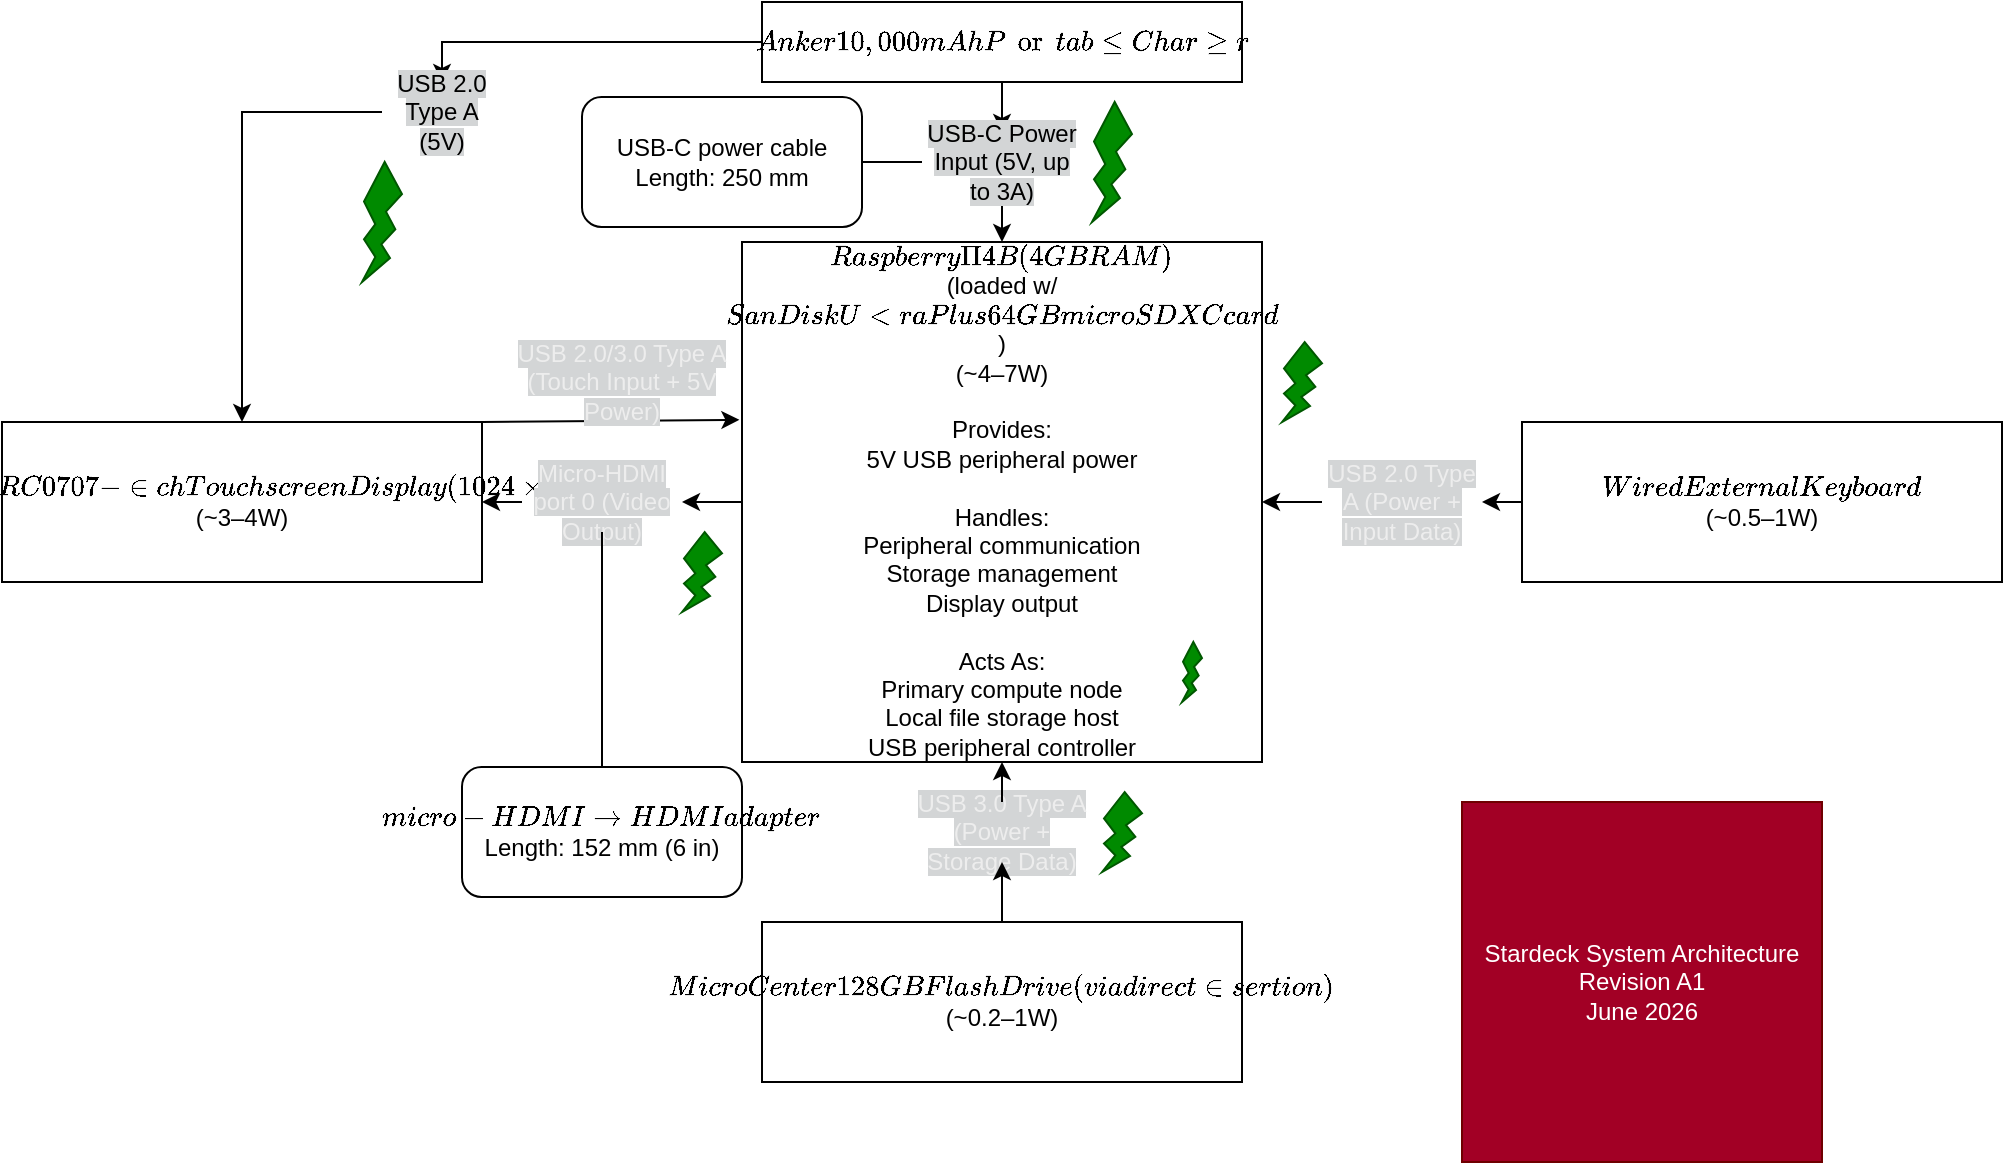
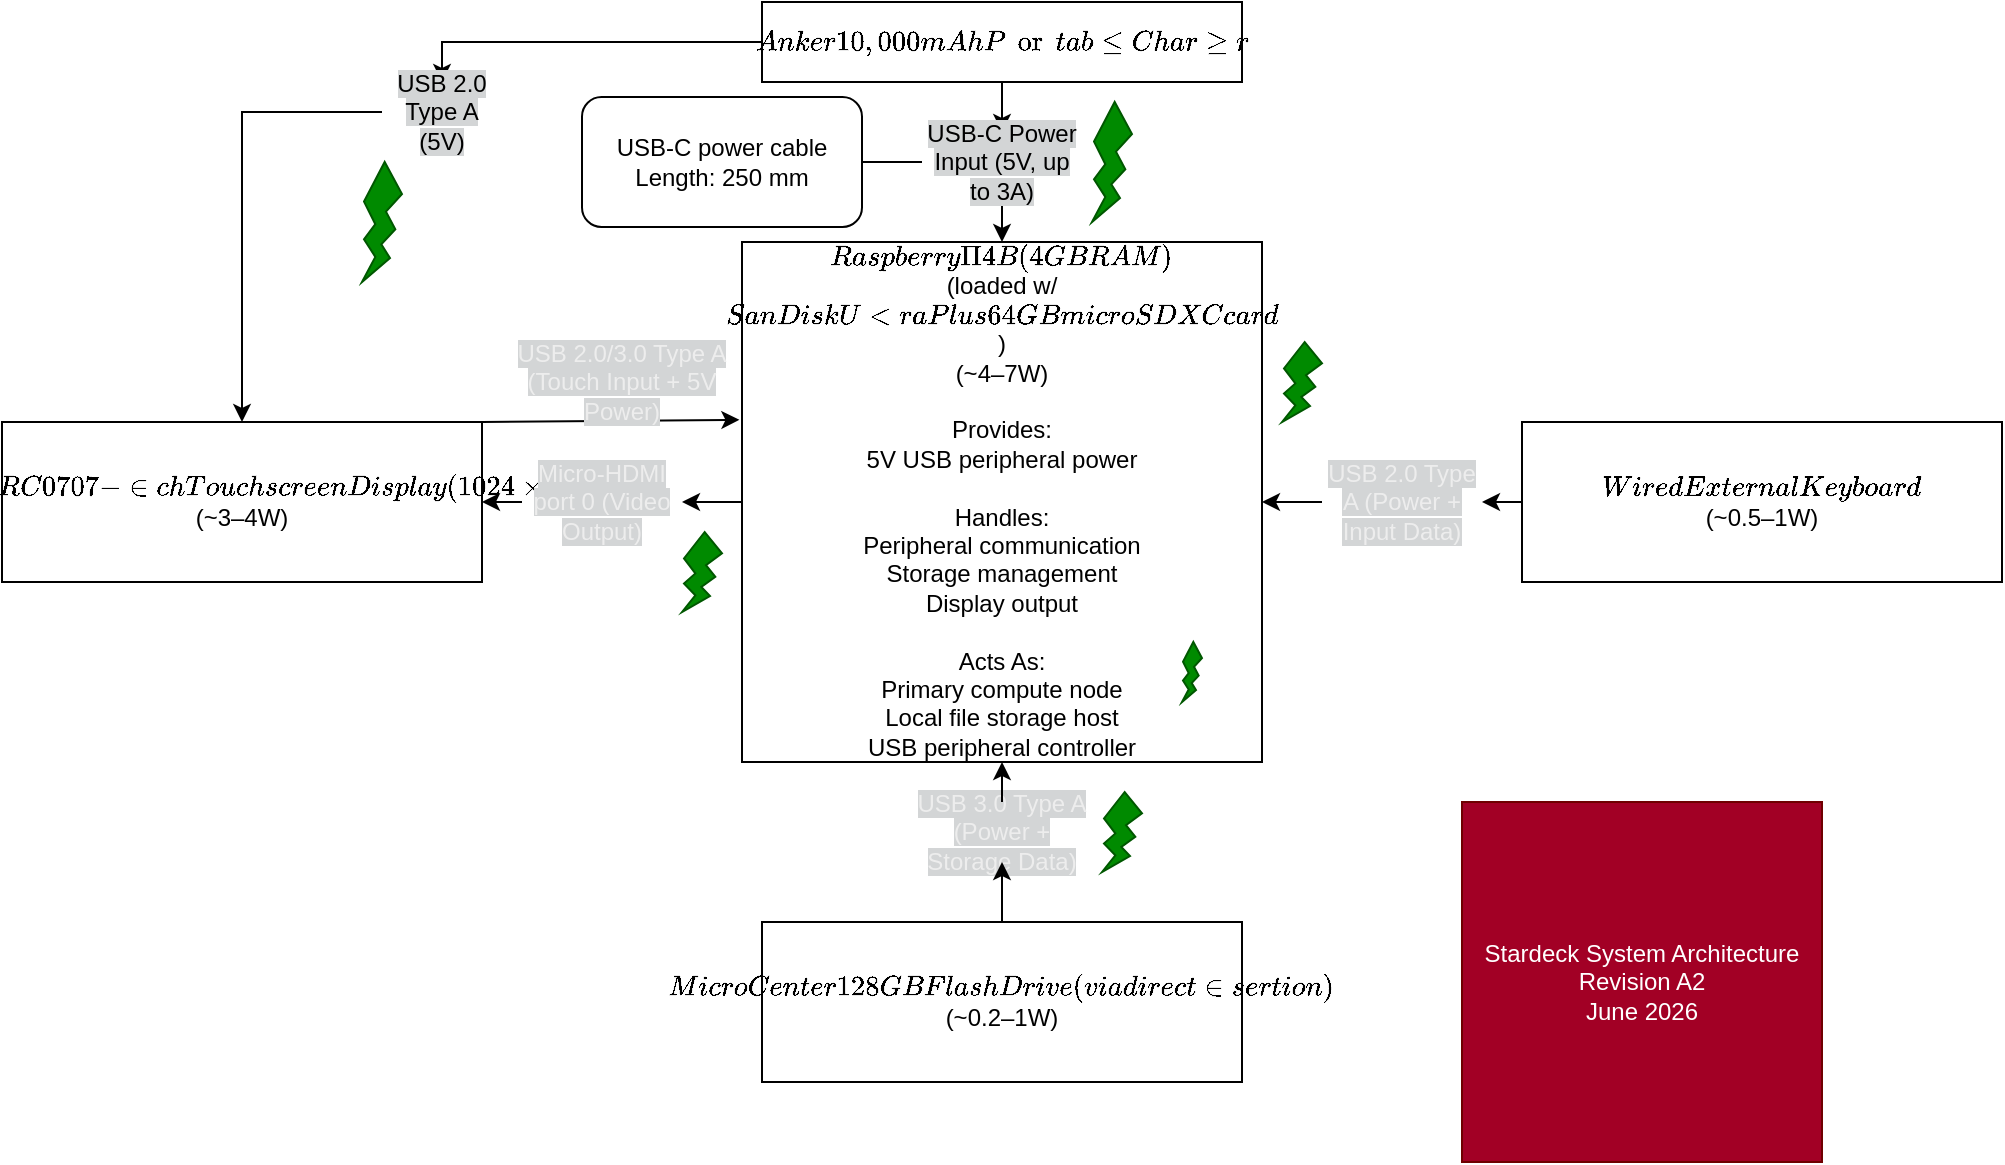
<mxfile host="Electron" pages="2">
  <diagram name="System-Architecture" id="7cRmOTowsvcsTv5ZC2yD">
    <mxGraphModel dx="1645" dy="841" grid="1" gridSize="10" guides="1" tooltips="1" connect="1" arrows="1" fold="1" page="1" pageScale="1" pageWidth="850" pageHeight="1100" math="0" shadow="0">
      <root>
        <mxCell id="0" />
        <mxCell id="1" parent="0" />
        <mxCell id="73W_Eud-84GEGNPDjUOG-38" edge="1" parent="1" source="zQszd6LtX-ENAoV22t-H-9" style="edgeStyle=orthogonalEdgeStyle;rounded=0;orthogonalLoop=1;jettySize=auto;html=1;exitX=0;exitY=0.5;exitDx=0;exitDy=0;entryX=0.5;entryY=0;entryDx=0;entryDy=0;" target="73W_Eud-84GEGNPDjUOG-13">
          <mxGeometry relative="1" as="geometry" />
        </mxCell>
        <mxCell id="73W_Eud-84GEGNPDjUOG-2" parent="1" style="rounded=0;whiteSpace=wrap;html=1;" value="&lt;font style=&quot;color: light-dark(rgb(0, 0, 0), rgb(255, 102, 102));&quot;&gt;`Anker 10,000mAh Portable Charger`&lt;/font&gt;" vertex="1">
          <mxGeometry height="40" width="240" x="530" y="80" as="geometry" />
        </mxCell>
        <mxCell id="73W_Eud-84GEGNPDjUOG-5" parent="1" style="rounded=0;whiteSpace=wrap;html=1;" value="&lt;font style=&quot;color: light-dark(rgb(0, 0, 0), rgb(255, 102, 102));&quot;&gt;`Raspberry Pi 4B (4GB RAM)`&lt;/font&gt;&lt;div&gt;(loaded w/ &lt;font style=&quot;color: light-dark(rgb(0, 0, 0), rgb(255, 102, 102));&quot;&gt;`SanDisk Ultra Plus 64GB microSDXC card`&lt;/font&gt;)&lt;/div&gt;&lt;div&gt;(~4–7W)&lt;/div&gt;&lt;div&gt;&lt;br&gt;&lt;/div&gt;&lt;div&gt;&lt;div&gt;Provides:&lt;/div&gt;&lt;div&gt;5V USB peripheral power&lt;/div&gt;&lt;div&gt;&lt;br&gt;&lt;/div&gt;&lt;div&gt;Handles:&lt;/div&gt;&lt;div&gt;Peripheral communication&lt;/div&gt;&lt;div&gt;Storage management&lt;/div&gt;&lt;div&gt;Display output&lt;/div&gt;&lt;div&gt;&lt;br&gt;&lt;/div&gt;&lt;div&gt;Acts As:&lt;/div&gt;&lt;div&gt;Primary compute node&lt;/div&gt;&lt;div&gt;Local file storage host&lt;/div&gt;&lt;div&gt;USB peripheral controller&lt;/div&gt;&lt;/div&gt;" vertex="1">
          <mxGeometry height="260" width="260" x="520" y="200" as="geometry" />
        </mxCell>
        <mxCell id="73W_Eud-84GEGNPDjUOG-6" parent="1" style="rounded=0;whiteSpace=wrap;html=1;labelBorderColor=none;perimeterSpacing=0;strokeColor=light-dark(#000000,#FFFF00);" value="&lt;font style=&quot;color: light-dark(rgb(0, 0, 0), rgb(255, 102, 102));&quot;&gt;`Wired External Keyboard`&lt;/font&gt;&lt;div&gt;&lt;font style=&quot;color: light-dark(rgb(0, 0, 0), rgb(255, 255, 255));&quot;&gt;(~0.5–1W)&lt;/font&gt;&lt;/div&gt;" vertex="1">
          <mxGeometry height="80" width="240" x="910" y="290" as="geometry" />
        </mxCell>
        <mxCell id="73W_Eud-84GEGNPDjUOG-13" parent="1" style="rounded=0;whiteSpace=wrap;html=1;" value="&lt;span style=&quot;white-space: normal;&quot;&gt;&lt;font style=&quot;color: light-dark(rgb(0, 0, 0), rgb(255, 102, 102));&quot;&gt;`Elecrow RC070 7-inch Touchscreen Display (1024×600)`&lt;/font&gt;&lt;/span&gt;&lt;div&gt;(~3–4W)&lt;span style=&quot;white-space: normal;&quot;&gt;&lt;font style=&quot;color: light-dark(rgb(0, 0, 0), rgb(255, 102, 102));&quot;&gt;&lt;/font&gt;&lt;/span&gt;&lt;/div&gt;" vertex="1">
          <mxGeometry height="80" width="240" x="150" y="290" as="geometry" />
-         </mxCell>
-         <mxCell id="73W_Eud-84GEGNPDjUOG-16" parent="1" style="rounded=1;whiteSpace=wrap;html=1;rotation=0;" value="&lt;div&gt;&lt;font style=&quot;color: light-dark(rgb(0, 0, 0), rgb(255, 102, 102));&quot;&gt;`micro-HDMI -&amp;gt; HDMI adapter`&lt;/font&gt;&lt;/div&gt;&lt;div&gt;Length: 152 mm (6 in)&lt;/div&gt;" vertex="1">
-           <mxGeometry height="65" width="140" x="380" y="462.5" as="geometry" />
        </mxCell>
        <mxCell id="73W_Eud-84GEGNPDjUOG-26" edge="1" parent="1" source="zQszd6LtX-ENAoV22t-H-23" style="endArrow=classic;html=1;rounded=0;entryX=1;entryY=0.5;entryDx=0;entryDy=0;exitX=0;exitY=0.5;exitDx=0;exitDy=0;" target="73W_Eud-84GEGNPDjUOG-13" value="">
          <mxGeometry relative="1" as="geometry">
            <mxPoint x="870" y="460" as="sourcePoint" />
            <mxPoint x="970" y="460" as="targetPoint" />
          </mxGeometry>
        </mxCell>
        <mxCell id="73W_Eud-84GEGNPDjUOG-28" edge="1" parent="1" source="zQszd6LtX-ENAoV22t-H-19" style="endArrow=classic;html=1;rounded=0;entryX=1;entryY=0.5;entryDx=0;entryDy=0;exitX=0;exitY=0.5;exitDx=0;exitDy=0;" target="73W_Eud-84GEGNPDjUOG-5" value="">
          <mxGeometry relative="1" as="geometry">
            <mxPoint x="860" y="420" as="sourcePoint" />
            <mxPoint x="970" y="470" as="targetPoint" />
          </mxGeometry>
        </mxCell>
        <mxCell id="73W_Eud-84GEGNPDjUOG-31" edge="1" parent="1" source="zQszd6LtX-ENAoV22t-H-7" style="endArrow=classic;html=1;rounded=0;exitX=0.5;exitY=1;exitDx=0;exitDy=0;entryX=0.5;entryY=0;entryDx=0;entryDy=0;" target="73W_Eud-84GEGNPDjUOG-5" value="">
          <mxGeometry height="50" relative="1" width="50" as="geometry">
            <mxPoint x="820" y="550" as="sourcePoint" />
            <mxPoint x="870" y="500" as="targetPoint" />
          </mxGeometry>
        </mxCell>
        <mxCell id="73W_Eud-84GEGNPDjUOG-32" parent="1" style="verticalLabelPosition=bottom;verticalAlign=top;html=1;shape=mxgraph.basic.flash;fillColor=#008a00;fontColor=#ffffff;strokeColor=#005700;" value="" vertex="1">
          <mxGeometry height="60" width="20" x="695" y="130" as="geometry" />
        </mxCell>
        <mxCell id="73W_Eud-84GEGNPDjUOG-36" parent="1" style="rounded=0;whiteSpace=wrap;html=1;strokeColor=light-dark(#000000,#FFFF00);" value="&lt;font style=&quot;color: light-dark(rgb(0, 0, 0), rgb(255, 102, 102));&quot;&gt;`MicroCenter 128GB Flash Drive (via direct insertion)`&lt;/font&gt;&lt;div&gt;&lt;font style=&quot;color: light-dark(rgb(0, 0, 0), rgb(255, 255, 255));&quot;&gt;(~0.2–1W)&lt;/font&gt;&lt;/div&gt;" vertex="1">
          <mxGeometry height="80" width="240" x="530" y="540" as="geometry" />
        </mxCell>
        <mxCell id="73W_Eud-84GEGNPDjUOG-39" parent="1" style="verticalLabelPosition=bottom;verticalAlign=top;html=1;shape=mxgraph.basic.flash;fillColor=#008a00;fontColor=#ffffff;strokeColor=#005700;" value="" vertex="1">
          <mxGeometry height="60" width="20" x="330" y="160" as="geometry" />
        </mxCell>
        <mxCell id="zQszd6LtX-ENAoV22t-H-2" parent="1" style="verticalLabelPosition=bottom;verticalAlign=top;html=1;shape=mxgraph.basic.flash;fillColor=#008a00;fontColor=#ffffff;strokeColor=#005700;" value="" vertex="1">
          <mxGeometry height="40" width="20" x="790" y="250" as="geometry" />
        </mxCell>
        <mxCell id="zQszd6LtX-ENAoV22t-H-3" parent="1" style="verticalLabelPosition=bottom;verticalAlign=top;html=1;shape=mxgraph.basic.flash;fillColor=#008a00;fontColor=#ffffff;strokeColor=#005700;" value="" vertex="1">
          <mxGeometry height="30" width="10" x="740" y="400" as="geometry" />
        </mxCell>
        <mxCell id="zQszd6LtX-ENAoV22t-H-8" edge="1" parent="1" source="73W_Eud-84GEGNPDjUOG-2" style="endArrow=classic;html=1;rounded=0;exitX=0.5;exitY=1;exitDx=0;exitDy=0;entryX=0.5;entryY=0;entryDx=0;entryDy=0;" target="zQszd6LtX-ENAoV22t-H-7" value="">
          <mxGeometry height="50" relative="1" width="50" as="geometry">
            <mxPoint x="640" y="120" as="sourcePoint" />
            <mxPoint x="640" y="200" as="targetPoint" />
          </mxGeometry>
        </mxCell>
        <mxCell id="zQszd6LtX-ENAoV22t-H-7" parent="1" style="text;html=1;whiteSpace=wrap;strokeColor=none;fillColor=none;align=center;verticalAlign=middle;rounded=0;fontColor=light-dark(#000000,#FFFFFF);" value="&lt;span style=&quot;background-color: rgb(211, 213, 214);&quot;&gt;USB-C Power Input (5V, up to 3A)&lt;/span&gt;" vertex="1">
          <mxGeometry height="30" width="80" x="610" y="145" as="geometry" />
        </mxCell>
        <mxCell id="zQszd6LtX-ENAoV22t-H-10" edge="1" parent="1" source="73W_Eud-84GEGNPDjUOG-2" style="edgeStyle=orthogonalEdgeStyle;rounded=0;orthogonalLoop=1;jettySize=auto;html=1;exitX=0;exitY=0.5;exitDx=0;exitDy=0;entryX=0.5;entryY=0;entryDx=0;entryDy=0;" target="zQszd6LtX-ENAoV22t-H-9" value="">
          <mxGeometry relative="1" as="geometry">
            <mxPoint x="520" y="100" as="sourcePoint" />
            <mxPoint x="320" y="280" as="targetPoint" />
          </mxGeometry>
        </mxCell>
        <mxCell id="zQszd6LtX-ENAoV22t-H-9" parent="1" style="text;html=1;whiteSpace=wrap;strokeColor=none;fillColor=none;align=center;verticalAlign=middle;rounded=0;fontColor=light-dark(#000000,#FFFFFF);" value="&lt;span style=&quot;background-color: rgb(211, 213, 214);&quot;&gt;USB 2.0 Type A (5V)&lt;/span&gt;" vertex="1">
          <mxGeometry height="30" width="60" x="340" y="120" as="geometry" />
        </mxCell>
        <mxCell id="zQszd6LtX-ENAoV22t-H-12" parent="1" style="text;html=1;whiteSpace=wrap;strokeColor=none;fillColor=none;align=center;verticalAlign=middle;rounded=0;" value="&lt;span style=&quot;background-color: rgb(211, 213, 214);&quot;&gt;&lt;font style=&quot;color: light-dark(rgb(237, 237, 237), rgb(230, 230, 230));&quot;&gt;USB 3.0 Type A (Power + Storage Data)&lt;/font&gt;&lt;/span&gt;" vertex="1">
          <mxGeometry height="30" width="90" x="605" y="480" as="geometry" />
        </mxCell>
        <mxCell id="zQszd6LtX-ENAoV22t-H-14" parent="1" style="verticalLabelPosition=bottom;verticalAlign=top;html=1;shape=mxgraph.basic.flash;fillColor=#008a00;fontColor=#ffffff;strokeColor=#005700;" value="" vertex="1">
          <mxGeometry height="40" width="20" x="700" y="475" as="geometry" />
        </mxCell>
        <mxCell id="zQszd6LtX-ENAoV22t-H-15" parent="1" style="verticalLabelPosition=bottom;verticalAlign=top;html=1;shape=mxgraph.basic.flash;fillColor=#008a00;fontColor=#ffffff;strokeColor=#005700;" value="" vertex="1">
          <mxGeometry height="40" width="20" x="490" y="345" as="geometry" />
        </mxCell>
        <mxCell id="zQszd6LtX-ENAoV22t-H-17" edge="1" parent="1" source="73W_Eud-84GEGNPDjUOG-36" style="endArrow=classic;html=1;rounded=0;exitX=0.5;exitY=0;exitDx=0;exitDy=0;entryX=0.5;entryY=1;entryDx=0;entryDy=0;" target="zQszd6LtX-ENAoV22t-H-12" value="">
          <mxGeometry height="50" relative="1" width="50" as="geometry">
            <mxPoint x="660" y="430" as="sourcePoint" />
            <mxPoint x="710" y="380" as="targetPoint" />
          </mxGeometry>
        </mxCell>
        <mxCell id="zQszd6LtX-ENAoV22t-H-18" edge="1" parent="1" source="zQszd6LtX-ENAoV22t-H-12" style="endArrow=classic;html=1;rounded=0;exitX=0.5;exitY=0;exitDx=0;exitDy=0;entryX=0.5;entryY=1;entryDx=0;entryDy=0;" target="73W_Eud-84GEGNPDjUOG-5" value="">
          <mxGeometry height="50" relative="1" width="50" as="geometry">
            <mxPoint x="660" y="430" as="sourcePoint" />
            <mxPoint x="710" y="380" as="targetPoint" />
          </mxGeometry>
        </mxCell>
        <mxCell id="zQszd6LtX-ENAoV22t-H-19" parent="1" style="text;html=1;whiteSpace=wrap;strokeColor=none;fillColor=none;align=center;verticalAlign=middle;rounded=0;" value="&lt;span style=&quot;background-color: rgb(211, 213, 214);&quot;&gt;&lt;font style=&quot;color: light-dark(rgb(237, 237, 237), rgb(230, 230, 230));&quot;&gt;USB 2.0 Type A (Power + Input Data)&lt;/font&gt;&lt;/span&gt;" vertex="1">
          <mxGeometry height="30" width="80" x="810" y="315" as="geometry" />
        </mxCell>
        <mxCell id="zQszd6LtX-ENAoV22t-H-22" edge="1" parent="1" source="73W_Eud-84GEGNPDjUOG-6" style="endArrow=classic;html=1;rounded=0;entryX=1;entryY=0.5;entryDx=0;entryDy=0;exitX=0;exitY=0.5;exitDx=0;exitDy=0;" target="zQszd6LtX-ENAoV22t-H-19" value="">
          <mxGeometry height="50" relative="1" width="50" as="geometry">
            <mxPoint x="880" y="360" as="sourcePoint" />
            <mxPoint x="710" y="250" as="targetPoint" />
          </mxGeometry>
        </mxCell>
        <mxCell id="zQszd6LtX-ENAoV22t-H-24" edge="1" parent="1" source="73W_Eud-84GEGNPDjUOG-13" style="endArrow=classic;html=1;rounded=0;exitX=1;exitY=0;exitDx=0;exitDy=0;entryX=-0.005;entryY=0.342;entryDx=0;entryDy=0;entryPerimeter=0;" target="73W_Eud-84GEGNPDjUOG-5" value="">
          <mxGeometry height="50" relative="1" width="50" as="geometry">
            <mxPoint x="650" y="360" as="sourcePoint" />
            <mxPoint x="700" y="310" as="targetPoint" />
          </mxGeometry>
        </mxCell>
        <mxCell id="zQszd6LtX-ENAoV22t-H-27" edge="1" parent="1" style="edgeStyle=orthogonalEdgeStyle;rounded=0;orthogonalLoop=1;jettySize=auto;html=1;exitX=0.5;exitY=1;exitDx=0;exitDy=0;">
          <mxGeometry relative="1" as="geometry">
            <mxPoint x="440" y="230" as="sourcePoint" />
            <mxPoint x="440" y="230" as="targetPoint" />
          </mxGeometry>
        </mxCell>
        <mxCell id="zQszd6LtX-ENAoV22t-H-29" parent="1" style="text;html=1;whiteSpace=wrap;strokeColor=none;fillColor=none;align=center;verticalAlign=middle;rounded=0;" value="&lt;span style=&quot;background-color: rgb(211, 213, 214);&quot;&gt;&lt;font style=&quot;color: light-dark(rgb(237, 237, 237), rgb(230, 230, 230));&quot;&gt;USB 2.0/3.0 Type A (Touch Input + 5V Power)&lt;/font&gt;&lt;/span&gt;" vertex="1">
          <mxGeometry height="30" width="120" x="400" y="255" as="geometry" />
        </mxCell>
        <mxCell id="zQszd6LtX-ENAoV22t-H-33" edge="1" parent="1" source="73W_Eud-84GEGNPDjUOG-5" style="endArrow=classic;html=1;rounded=0;entryX=1;entryY=0.5;entryDx=0;entryDy=0;exitX=0;exitY=0.5;exitDx=0;exitDy=0;" target="zQszd6LtX-ENAoV22t-H-23" value="">
          <mxGeometry relative="1" as="geometry">
            <mxPoint x="520" y="330" as="sourcePoint" />
            <mxPoint x="390" y="330" as="targetPoint" />
          </mxGeometry>
        </mxCell>
        <mxCell id="zQszd6LtX-ENAoV22t-H-23" parent="1" style="text;html=1;whiteSpace=wrap;strokeColor=none;fillColor=none;align=center;verticalAlign=middle;rounded=0;" value="&lt;span style=&quot;background-color: rgb(211, 213, 214);&quot;&gt;&lt;font style=&quot;color: light-dark(rgb(237, 237, 237), rgb(230, 230, 230));&quot;&gt;Micro-HDMI port 0 (Video Output)&lt;/font&gt;&lt;/span&gt;" vertex="1">
          <mxGeometry height="30" width="80" x="410" y="315" as="geometry" />
        </mxCell>
        <mxCell id="zQszd6LtX-ENAoV22t-H-34" parent="1" style="rounded=1;whiteSpace=wrap;html=1;rotation=0;" value="&lt;div&gt;USB-C power cable&lt;/div&gt;&lt;div&gt;Length: 250 mm&lt;/div&gt;" vertex="1">
          <mxGeometry height="65" width="140" x="440" y="127.5" as="geometry" />
        </mxCell>
-         <mxCell id="zQszd6LtX-ENAoV22t-H-35" edge="1" parent="1" source="73W_Eud-84GEGNPDjUOG-16" style="endArrow=none;html=1;rounded=0;entryX=0.5;entryY=1;entryDx=0;entryDy=0;exitX=0.5;exitY=0;exitDx=0;exitDy=0;" target="zQszd6LtX-ENAoV22t-H-23" value="">
-           <mxGeometry height="50" relative="1" width="50" as="geometry">
-             <mxPoint x="450" y="470" as="sourcePoint" />
-             <mxPoint x="440" y="390" as="targetPoint" />
-           </mxGeometry>
-         </mxCell>
        <mxCell id="zQszd6LtX-ENAoV22t-H-36" edge="1" parent="1" source="zQszd6LtX-ENAoV22t-H-7" style="endArrow=none;html=1;rounded=0;entryX=1;entryY=0.5;entryDx=0;entryDy=0;exitX=0;exitY=0.5;exitDx=0;exitDy=0;" target="zQszd6LtX-ENAoV22t-H-34" value="">
          <mxGeometry height="50" relative="1" width="50" as="geometry">
            <mxPoint x="425" y="322.5" as="sourcePoint" />
            <mxPoint x="425" y="192.5" as="targetPoint" />
          </mxGeometry>
        </mxCell>
-         <mxCell id="vS99Tr_F7RObE_ZMlR35-1" parent="1" style="whiteSpace=wrap;html=1;aspect=fixed;fillColor=#a20025;fontColor=#ffffff;strokeColor=#6F0000;" value="&lt;div&gt;Stardeck System Architecture&lt;/div&gt;&lt;div&gt;Revision A1&lt;/div&gt;&lt;div&gt;June 2026&lt;/div&gt;" vertex="1">
+         <mxCell id="vS99Tr_F7RObE_ZMlR35-1" parent="1" style="whiteSpace=wrap;html=1;aspect=fixed;fillColor=#a20025;fontColor=#ffffff;strokeColor=#6F0000;" value="&lt;div&gt;Stardeck System Architecture&lt;/div&gt;&lt;div&gt;Revision A2&lt;/div&gt;&lt;div&gt;June 2026&lt;/div&gt;" vertex="1">
          <mxGeometry height="180" width="180" x="880" y="480" as="geometry" />
        </mxCell>
      </root>
    </mxGraphModel>
  </diagram>
  <diagram id="vtSm_Pjqzt8_Ert64m2C" name="Engineering-Notes">
    <mxGraphModel dx="1645" dy="841" grid="1" gridSize="10" guides="1" tooltips="1" connect="1" arrows="1" fold="1" page="1" pageScale="1" pageWidth="850" pageHeight="1100" math="0" shadow="0">
      <root>
        <mxCell id="0" />
        <mxCell id="1" parent="0" />
        <mxCell id="6xCh8BP1kyzRnyO1lW7G-1" parent="1" style="rounded=1;whiteSpace=wrap;html=1;" value="&lt;div&gt;Software Stack&lt;/div&gt;&lt;div&gt;&lt;br&gt;&lt;/div&gt;&lt;div&gt;OS:&lt;/div&gt;&lt;div&gt;• Raspberry Pi OS Lite&lt;br&gt;- - Lower memory usage&lt;/div&gt;&lt;div&gt;- - Faster boot times&lt;/div&gt;&lt;div&gt;- - Optimized for terminal workflows&lt;/div&gt;&lt;div&gt;&lt;br&gt;&lt;/div&gt;&lt;div&gt;Primary Interface:&lt;/div&gt;&lt;div&gt;• Terminal&lt;/div&gt;&lt;div&gt;• File management scripts&lt;/div&gt;&lt;div&gt;• Local utilities&lt;/div&gt;&lt;div&gt;&lt;br&gt;&lt;/div&gt;&lt;div&gt;Storage:&lt;/div&gt;&lt;div&gt;• microSD → operating system&lt;/div&gt;&lt;div&gt;• USB drive → user files&lt;/div&gt;" vertex="1">
          <mxGeometry height="260" width="250" x="360" y="80" as="geometry" />
        </mxCell>
        <mxCell id="y-PHCpSBWDV0tC5of_yL-2" edge="1" parent="1" source="8XnBreUCT-JYY0ZVotU6-1" style="edgeStyle=orthogonalEdgeStyle;rounded=0;orthogonalLoop=1;jettySize=auto;html=1;" target="y-PHCpSBWDV0tC5of_yL-1" value="">
          <mxGeometry relative="1" as="geometry" />
        </mxCell>
        <mxCell id="8XnBreUCT-JYY0ZVotU6-1" parent="1" style="rounded=1;whiteSpace=wrap;html=1;" value="Power Budget (Typical Use):&lt;br&gt;&lt;br&gt;&lt;div&gt;Pi:&amp;nbsp; &amp;nbsp; &amp;nbsp; &amp;nbsp; &amp;nbsp; &amp;nbsp;~4 W&lt;/div&gt;&lt;div&gt;Display:&amp;nbsp; &amp;nbsp; &amp;nbsp; ~3 W&lt;/div&gt;&lt;div&gt;Keyboard:&amp;nbsp; &amp;nbsp; &amp;nbsp;~0.5 W&lt;/div&gt;&lt;div&gt;microSD:&amp;nbsp; &amp;nbsp; &amp;nbsp; ~0.2 W&lt;/div&gt;&lt;div&gt;Flash drive:&amp;nbsp; ~0.5 W&lt;/div&gt;&lt;div&gt;--------------------&lt;/div&gt;&lt;div&gt;Total:&amp;nbsp; &amp;nbsp; &amp;nbsp; &amp;nbsp; ~8.2 W&lt;/div&gt;" vertex="1">
          <mxGeometry height="140" width="240" x="80" y="360" as="geometry" />
        </mxCell>
        <mxCell id="WtJCig7mFAlkZNmW-nJa-2" edge="1" parent="1" source="y-PHCpSBWDV0tC5of_yL-1" style="edgeStyle=orthogonalEdgeStyle;rounded=0;orthogonalLoop=1;jettySize=auto;html=1;" value="">
          <mxGeometry relative="1" as="geometry">
            <mxPoint x="720" y="430" as="targetPoint" />
          </mxGeometry>
        </mxCell>
        <mxCell id="y-PHCpSBWDV0tC5of_yL-1" parent="1" style="rounded=1;whiteSpace=wrap;html=1;" value="Power Budget (Upper Load):&lt;br&gt;&lt;br&gt;&lt;div&gt;&lt;div&gt;Pi:&amp;nbsp; &amp;nbsp; &amp;nbsp; &amp;nbsp; &amp;nbsp; &amp;nbsp;~7 W&lt;/div&gt;&lt;div&gt;Display:&amp;nbsp; &amp;nbsp; &amp;nbsp; ~4 W&lt;/div&gt;&lt;div&gt;Keyboard:&amp;nbsp; &amp;nbsp; &amp;nbsp;~1 W&lt;/div&gt;&lt;div&gt;microSD:&amp;nbsp; &amp;nbsp; &amp;nbsp; ~0.5 W&lt;/div&gt;&lt;div&gt;Flash drive:&amp;nbsp; ~1 W&lt;/div&gt;&lt;div&gt;--------------------&lt;/div&gt;&lt;div&gt;Total:&amp;nbsp; &amp;nbsp; &amp;nbsp; &amp;nbsp; ~13.5 W&lt;/div&gt;&lt;/div&gt;" vertex="1">
          <mxGeometry height="140" width="240" x="400" y="360" as="geometry" />
        </mxCell>
        <mxCell id="e4Bpk4awr4HywQyZ-Fhi-1" parent="1" style="rounded=1;whiteSpace=wrap;html=1;" value="Port Map for Raspberry Pi 4B:&lt;div&gt;&lt;br&gt;&lt;/div&gt;&lt;div&gt;USB 3.0 &lt;font style=&quot;color: light-dark(rgb(0, 0, 0), rgb(51, 51, 255));&quot;&gt;(Blue)&lt;/font&gt; Port 1 → Flash Drive&lt;/div&gt;&lt;div&gt;USB 2.0 &lt;font style=&quot;color: light-dark(rgb(0, 0, 0), rgb(77, 77, 77));&quot;&gt;(Black)&lt;/font&gt; Port 1 → Keyboard&lt;/div&gt;&lt;div&gt;Micro-HDMI Port 0 → Display&lt;/div&gt;&lt;div&gt;USB-C → Power Bank&lt;/div&gt;" vertex="1">
          <mxGeometry height="150" width="250" x="640" y="80" as="geometry" />
        </mxCell>
        <mxCell id="ijCJou5xhduUuFiaCTNC-2" edge="1" parent="1" source="D9f-itHjY20SfIZD133B-1" style="edgeStyle=orthogonalEdgeStyle;rounded=0;orthogonalLoop=1;jettySize=auto;html=1;" target="ijCJou5xhduUuFiaCTNC-1" value="">
          <mxGeometry relative="1" as="geometry" />
        </mxCell>
        <mxCell id="D9f-itHjY20SfIZD133B-1" parent="1" style="strokeWidth=2;html=1;shape=mxgraph.flowchart.document2;whiteSpace=wrap;size=0.25;fillColor=#1ba1e2;fontColor=#ffffff;strokeColor=#006EAF;" value="Stardeck&#39;s essentials-first system architecture ensures its capabilities as a minimalist Raspberry Pi cyberdeck that prioritizes portable computing, local file management, and distraction-free terminal workflows.&amp;nbsp;Modular architecture allows future integration of custom keyboards, GPIO accessories, and additional storage peripherals." vertex="1">
          <mxGeometry height="185.45" width="360" x="80" y="560" as="geometry" />
        </mxCell>
        <mxCell id="5xE4Omm1DIciT1To6Bia-1" parent="1" style="verticalLabelPosition=bottom;verticalAlign=top;html=1;shape=mxgraph.basic.star;fillColor=#008a00;fontColor=#ffffff;strokeColor=#005700;" value="" vertex="1">
          <mxGeometry height="33.25" width="35" x="90" y="570" as="geometry" />
        </mxCell>
        <mxCell id="WtJCig7mFAlkZNmW-nJa-3" parent="1" style="rounded=1;whiteSpace=wrap;html=1;" value="&lt;div&gt;Battery Life Estimates:&lt;/div&gt;&lt;div&gt;&lt;br&gt;&lt;/div&gt;37 Wh ÷ 8.2 W ≈ 4.5 hours&lt;div&gt;37 Wh ÷ 13.5 W ≈ 2.7 hours&lt;/div&gt;&lt;div&gt;&lt;br&gt;&lt;/div&gt;&lt;div&gt;Realistic Expectation:&lt;/div&gt;&lt;div&gt;- 3–4 hours portable operation per charge&lt;/div&gt;&lt;div&gt;&lt;br&gt;&lt;/div&gt;&lt;div&gt;Estimates assume moderate CPU usage and nominal battery efficiency.&lt;/div&gt;" vertex="1">
          <mxGeometry height="180" width="260" x="720" y="340" as="geometry" />
        </mxCell>
        <mxCell id="Xpf2q9p3n1Ik_0pDjsoH-1" parent="1" style="whiteSpace=wrap;html=1;aspect=fixed;fillColor=#a20025;fontColor=#ffffff;strokeColor=#6F0000;" value="&lt;div&gt;Stardeck Engineering Notes&lt;/div&gt;&lt;div&gt;Revision A1&lt;/div&gt;&lt;div&gt;June 2026&lt;/div&gt;" vertex="1">
          <mxGeometry height="180" width="180" x="760" y="560" as="geometry" />
        </mxCell>
        <mxCell id="ijCJou5xhduUuFiaCTNC-1" parent="1" style="shape=ext;double=1;rounded=1;whiteSpace=wrap;html=1;fillColor=#1ba1e2;fontColor=#ffffff;strokeColor=#006EAF;" value="&lt;div&gt;Target Build:&lt;/div&gt;&lt;div&gt;Minimalist portable terminal and file-management cyberdeck&lt;/div&gt;" vertex="1">
          <mxGeometry height="160" width="200" x="520" y="572.72" as="geometry" />
        </mxCell>
        <mxCell id="AJ-PLj9j4SewSIgcMnJa-1" parent="1" style="rounded=1;whiteSpace=wrap;html=1;" value="&lt;div&gt;&lt;b&gt;Legend:&lt;/b&gt;&lt;/div&gt;&lt;div&gt;&lt;br&gt;&lt;/div&gt;Yellow Border = Owned&lt;div&gt;White Border = Requested&lt;/div&gt;&lt;div&gt;&lt;br&gt;&lt;/div&gt;&lt;div&gt;= Power delivery paths&lt;/div&gt;" vertex="1">
          <mxGeometry height="140" width="240" x="80" y="140" as="geometry" />
        </mxCell>
        <mxCell id="AJ-PLj9j4SewSIgcMnJa-2" parent="1" style="verticalLabelPosition=bottom;verticalAlign=top;html=1;shape=mxgraph.basic.flash;fillColor=#008a00;fontColor=#ffffff;strokeColor=#005700;" value="" vertex="1">
          <mxGeometry height="20" width="10" x="125" y="234" as="geometry" />
        </mxCell>
      </root>
    </mxGraphModel>
  </diagram>
</mxfile>
